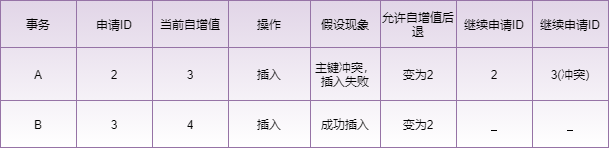
xlcoding/ImageHost keeps this draw.io diagram as imgs/自增主键1.png. Above is the earlier version. Source tidied: cells renumbered, new cells last; positions are measured from the earlier drawing's top-left corner, leaving out a move shared by most shapes. Its diagram source:
```xml
<mxGraphModel>
  <root>
    <mxCell id="0" />
    <mxCell id="1" parent="0" />
    <mxCell id="2" style="shape=table;html=1;whiteSpace=wrap;startSize=0;fillColor=#e1d5e7;strokeColor=#9673a6;gradientColor=#ffffff;gradientDirection=south;" parent="1" vertex="1">
      <mxGeometry width="608" height="147" as="geometry" />
    </mxCell>
    <mxCell id="3" style="shape=partialRectangle;html=1;whiteSpace=wrap;fillColor=none;top=0;left=0;bottom=0;right=0;" parent="2" vertex="1">
      <mxGeometry width="608" height="47" as="geometry" />
    </mxCell>
    <mxCell id="4" value="事务" style="shape=partialRectangle;html=1;whiteSpace=wrap;fillColor=none;top=0;left=0;bottom=0;right=0;overflow=hidden;" parent="3" vertex="1">
      <mxGeometry width="76" height="47" as="geometry" />
    </mxCell>
    <mxCell id="5" value="申请ID" style="shape=partialRectangle;html=1;whiteSpace=wrap;fillColor=none;top=0;left=0;bottom=0;right=0;overflow=hidden;" parent="3" vertex="1">
      <mxGeometry x="76" width="76" height="47" as="geometry" />
    </mxCell>
    <mxCell id="6" value="当前自增值" style="shape=partialRectangle;html=1;whiteSpace=wrap;fillColor=none;top=0;left=0;bottom=0;right=0;overflow=hidden;" parent="3" vertex="1">
      <mxGeometry x="152" width="76" height="47" as="geometry" />
    </mxCell>
    <mxCell id="7" value="操作" style="shape=partialRectangle;html=1;whiteSpace=wrap;fillColor=none;top=0;left=0;bottom=0;right=0;overflow=hidden;" parent="3" vertex="1">
      <mxGeometry x="228" width="82" height="47" as="geometry" />
    </mxCell>
    <mxCell id="8" value="假设现象" style="shape=partialRectangle;html=1;whiteSpace=wrap;fillColor=none;top=0;left=0;bottom=0;right=0;overflow=hidden;" parent="3" vertex="1">
      <mxGeometry x="310" width="70" height="47" as="geometry" />
    </mxCell>
    <mxCell id="9" value="允许自增值后退" style="shape=partialRectangle;html=1;whiteSpace=wrap;fillColor=none;top=0;left=0;bottom=0;right=0;overflow=hidden;" parent="3" vertex="1">
      <mxGeometry x="380" width="76" height="47" as="geometry" />
    </mxCell>
    <mxCell id="10" value="继续申请ID" style="shape=partialRectangle;html=1;whiteSpace=wrap;fillColor=none;top=0;left=0;bottom=0;right=0;overflow=hidden;" parent="3" vertex="1">
      <mxGeometry x="456" width="76" height="47" as="geometry" />
    </mxCell>
    <mxCell id="11" value="&lt;span&gt;继续申请ID&lt;/span&gt;" style="shape=partialRectangle;html=1;whiteSpace=wrap;fillColor=none;top=0;left=0;bottom=0;right=0;overflow=hidden;" parent="3" vertex="1">
      <mxGeometry x="532" width="76" height="47" as="geometry" />
    </mxCell>
    <mxCell id="12" style="shape=partialRectangle;html=1;whiteSpace=wrap;fillColor=none;top=0;left=0;bottom=0;right=0;" parent="2" vertex="1">
      <mxGeometry y="47" width="608" height="53" as="geometry" />
    </mxCell>
    <mxCell id="13" value="&lt;span&gt;A&lt;/span&gt;" style="shape=partialRectangle;html=1;whiteSpace=wrap;fillColor=none;top=0;left=0;bottom=0;right=0;overflow=hidden;" parent="12" vertex="1">
      <mxGeometry width="76" height="53" as="geometry" />
    </mxCell>
    <mxCell id="14" value="2" style="shape=partialRectangle;html=1;whiteSpace=wrap;fillColor=none;top=0;left=0;bottom=0;right=0;overflow=hidden;" parent="12" vertex="1">
      <mxGeometry x="76" width="76" height="53" as="geometry" />
    </mxCell>
    <mxCell id="15" value="3" style="shape=partialRectangle;html=1;whiteSpace=wrap;fillColor=none;top=0;left=0;bottom=0;right=0;overflow=hidden;" parent="12" vertex="1">
      <mxGeometry x="152" width="76" height="53" as="geometry" />
    </mxCell>
    <mxCell id="16" value="插入" style="shape=partialRectangle;html=1;whiteSpace=wrap;fillColor=none;top=0;left=0;bottom=0;right=0;overflow=hidden;" parent="12" vertex="1">
      <mxGeometry x="228" width="82" height="53" as="geometry" />
    </mxCell>
    <mxCell id="17" value="主键冲突，插入失败" style="shape=partialRectangle;html=1;whiteSpace=wrap;fillColor=none;top=0;left=0;bottom=0;right=0;overflow=hidden;" parent="12" vertex="1">
      <mxGeometry x="310" width="70" height="53" as="geometry" />
    </mxCell>
    <mxCell id="18" value="变为2" style="shape=partialRectangle;html=1;whiteSpace=wrap;fillColor=none;top=0;left=0;bottom=0;right=0;overflow=hidden;" parent="12" vertex="1">
      <mxGeometry x="380" width="76" height="53" as="geometry" />
    </mxCell>
    <mxCell id="19" value="2" style="shape=partialRectangle;html=1;whiteSpace=wrap;fillColor=none;top=0;left=0;bottom=0;right=0;overflow=hidden;" parent="12" vertex="1">
      <mxGeometry x="456" width="76" height="53" as="geometry" />
    </mxCell>
    <mxCell id="20" value="3(冲突)" style="shape=partialRectangle;html=1;whiteSpace=wrap;fillColor=none;top=0;left=0;bottom=0;right=0;overflow=hidden;" parent="12" vertex="1">
      <mxGeometry x="532" width="76" height="53" as="geometry" />
    </mxCell>
    <mxCell id="21" style="shape=partialRectangle;html=1;whiteSpace=wrap;fillColor=none;top=0;left=0;bottom=0;right=0;" parent="2" vertex="1">
      <mxGeometry y="100" width="608" height="47" as="geometry" />
    </mxCell>
    <mxCell id="22" value="B" style="shape=partialRectangle;html=1;whiteSpace=wrap;fillColor=none;top=0;left=0;bottom=0;right=0;overflow=hidden;" parent="21" vertex="1">
      <mxGeometry width="76" height="47" as="geometry" />
    </mxCell>
    <mxCell id="23" value="3" style="shape=partialRectangle;html=1;whiteSpace=wrap;fillColor=none;top=0;left=0;bottom=0;right=0;overflow=hidden;" parent="21" vertex="1">
      <mxGeometry x="76" width="76" height="47" as="geometry" />
    </mxCell>
    <mxCell id="24" value="4" style="shape=partialRectangle;html=1;whiteSpace=wrap;fillColor=none;top=0;left=0;bottom=0;right=0;overflow=hidden;" parent="21" vertex="1">
      <mxGeometry x="152" width="76" height="47" as="geometry" />
    </mxCell>
    <mxCell id="25" value="插入" style="shape=partialRectangle;html=1;whiteSpace=wrap;fillColor=none;top=0;left=0;bottom=0;right=0;overflow=hidden;" parent="21" vertex="1">
      <mxGeometry x="228" width="82" height="47" as="geometry" />
    </mxCell>
    <mxCell id="26" value="成功插入" style="shape=partialRectangle;html=1;whiteSpace=wrap;fillColor=none;top=0;left=0;bottom=0;right=0;overflow=hidden;" parent="21" vertex="1">
      <mxGeometry x="310" width="70" height="47" as="geometry" />
    </mxCell>
    <mxCell id="27" value="变为2" style="shape=partialRectangle;html=1;whiteSpace=wrap;fillColor=none;top=0;left=0;bottom=0;right=0;overflow=hidden;" parent="21" vertex="1">
      <mxGeometry x="380" width="76" height="47" as="geometry" />
    </mxCell>
    <mxCell id="28" value="_" style="shape=partialRectangle;html=1;whiteSpace=wrap;fillColor=none;top=0;left=0;bottom=0;right=0;overflow=hidden;" parent="21" vertex="1">
      <mxGeometry x="456" width="76" height="47" as="geometry" />
    </mxCell>
    <mxCell id="29" value="_" style="shape=partialRectangle;html=1;whiteSpace=wrap;fillColor=none;top=0;left=0;bottom=0;right=0;overflow=hidden;" parent="21" vertex="1">
      <mxGeometry x="532" width="76" height="47" as="geometry" />
    </mxCell>
  </root>
</mxGraphModel>
```
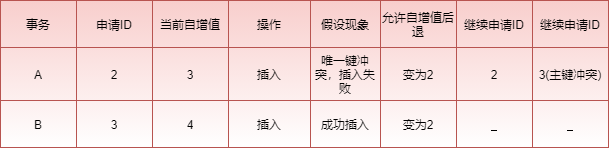
Above is the later version.

Commit message:
更新自增主键1.png

Change to the diagram source:
```diff
@@ -2,7 +2,7 @@
   <root>
     <mxCell id="0" />
     <mxCell id="1" parent="0" />
-    <mxCell id="2" style="shape=table;html=1;whiteSpace=wrap;startSize=0;fillColor=#e1d5e7;strokeColor=#9673a6;gradientColor=#ffffff;gradientDirection=south;" parent="1" vertex="1">
+    <mxCell id="2" style="shape=table;html=1;whiteSpace=wrap;startSize=0;fillColor=#f8cecc;strokeColor=#b85450;gradientDirection=south;gradientColor=#ffffff;" parent="1" vertex="1">
       <mxGeometry width="608" height="147" as="geometry" />
     </mxCell>
     <mxCell id="3" style="shape=partialRectangle;html=1;whiteSpace=wrap;fillColor=none;top=0;left=0;bottom=0;right=0;" parent="2" vertex="1">
@@ -47,7 +47,7 @@
     <mxCell id="16" value="插入" style="shape=partialRectangle;html=1;whiteSpace=wrap;fillColor=none;top=0;left=0;bottom=0;right=0;overflow=hidden;" parent="12" vertex="1">
       <mxGeometry x="228" width="82" height="53" as="geometry" />
     </mxCell>
-    <mxCell id="17" value="主键冲突，插入失败" style="shape=partialRectangle;html=1;whiteSpace=wrap;fillColor=none;top=0;left=0;bottom=0;right=0;overflow=hidden;" parent="12" vertex="1">
+    <mxCell id="17" value="唯一键冲突，插入失败" style="shape=partialRectangle;html=1;whiteSpace=wrap;fillColor=none;top=0;left=0;bottom=0;right=0;overflow=hidden;" parent="12" vertex="1">
       <mxGeometry x="310" width="70" height="53" as="geometry" />
     </mxCell>
     <mxCell id="18" value="变为2" style="shape=partialRectangle;html=1;whiteSpace=wrap;fillColor=none;top=0;left=0;bottom=0;right=0;overflow=hidden;" parent="12" vertex="1">
@@ -56,7 +56,7 @@
     <mxCell id="19" value="2" style="shape=partialRectangle;html=1;whiteSpace=wrap;fillColor=none;top=0;left=0;bottom=0;right=0;overflow=hidden;" parent="12" vertex="1">
       <mxGeometry x="456" width="76" height="53" as="geometry" />
     </mxCell>
-    <mxCell id="20" value="3(冲突)" style="shape=partialRectangle;html=1;whiteSpace=wrap;fillColor=none;top=0;left=0;bottom=0;right=0;overflow=hidden;" parent="12" vertex="1">
+    <mxCell id="20" value="3(主键冲突)" style="shape=partialRectangle;html=1;whiteSpace=wrap;fillColor=none;top=0;left=0;bottom=0;right=0;overflow=hidden;" parent="12" vertex="1">
       <mxGeometry x="532" width="76" height="53" as="geometry" />
     </mxCell>
     <mxCell id="21" style="shape=partialRectangle;html=1;whiteSpace=wrap;fillColor=none;top=0;left=0;bottom=0;right=0;" parent="2" vertex="1">
```
